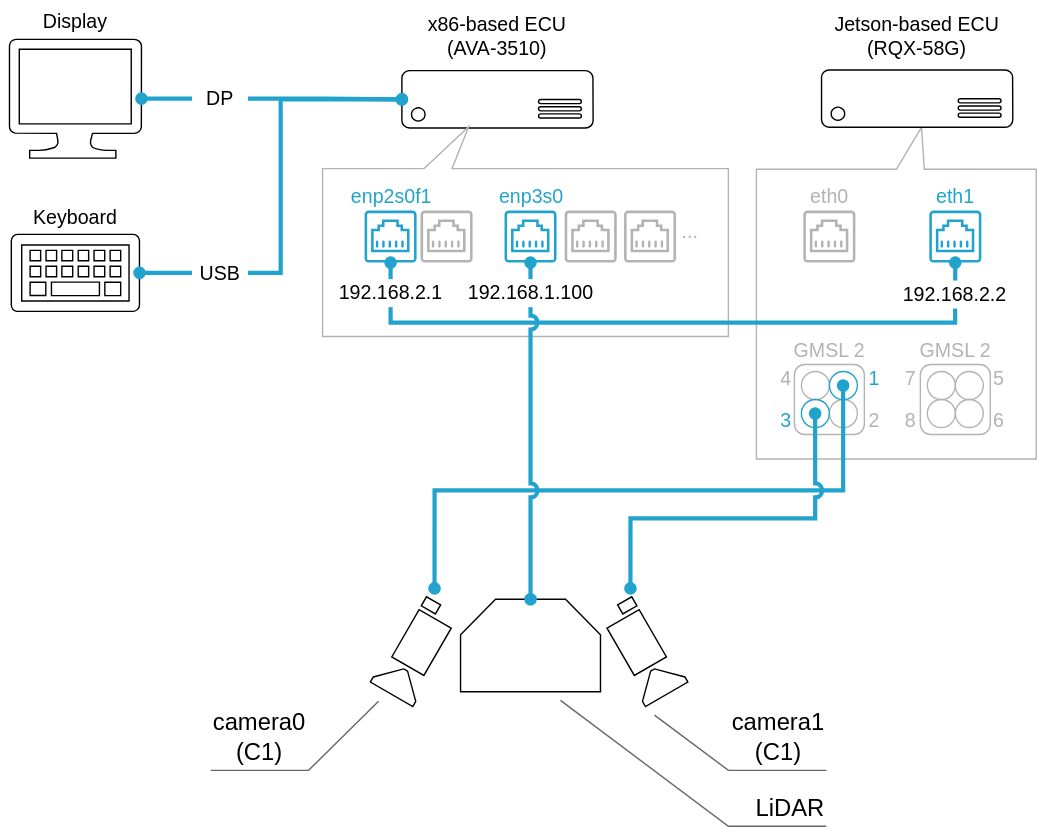
Above: docs/tutorials/connection.drawio.svg in tier4/edge-auto (draw.io), before the change. Source tidied: cells renumbered, new cells last; positions are measured from the earlier drawing's top-left corner, leaving out a move shared by most shapes.
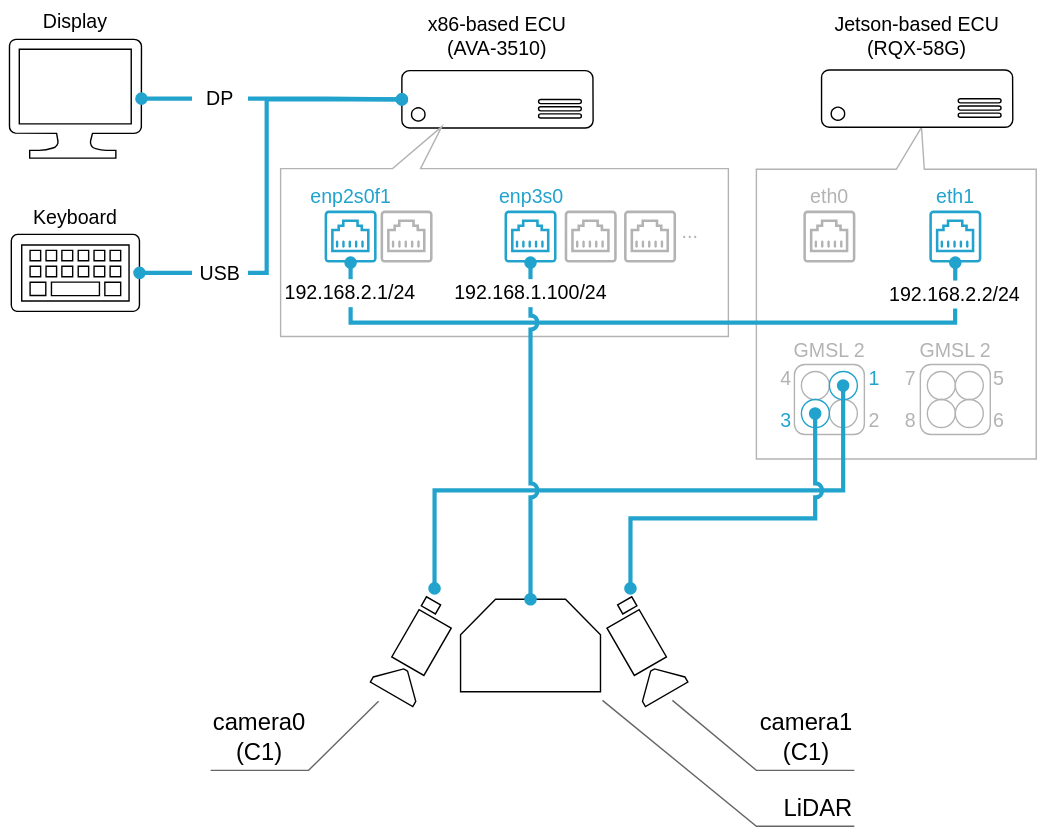
After the change.

Diff of the diagram source:
```diff
@@ -114,11 +114,6 @@
     <mxCell id="36" style="edgeStyle=orthogonalEdgeStyle;html=1;entryX=1;entryY=0.5;entryDx=0;entryDy=0;entryPerimeter=0;fontSize=14;endArrow=oval;rounded=0;strokeColor=#22A3CD;fontColor=#22A3CD;startArrow=none;startFill=1;endFill=1;shadow=0;strokeWidth=3;" parent="1" edge="1" source="40" target="27">
       <mxGeometry relative="1" as="geometry" />
     </mxCell>
-    <mxCell id="37" style="edgeStyle=orthogonalEdgeStyle;html=1;entryX=0.92;entryY=0.5;entryDx=0;entryDy=0;entryPerimeter=0;fontSize=14;endArrow=oval;rounded=0;strokeColor=#22A3CD;fontColor=#22A3CD;startArrow=none;startFill=1;endFill=1;shadow=0;strokeWidth=3;" parent="1" edge="1" source="x">
-      <mxGeometry relative="1" as="geometry">
-        <mxPoint x="95.7" y="285" as="targetPoint" />
-      </mxGeometry>
-    </mxCell>
     <mxCell id="38" style="edgeStyle=orthogonalEdgeStyle;rounded=0;jettySize=auto;html=1;exitX=1;exitY=0.5;exitDx=0;exitDy=0;entryX=0;entryY=0.5;entryDx=0;entryDy=0;entryPerimeter=0;strokeWidth=3;strokeColor=#22A3CD;endArrow=oval;endFill=1;" parent="1" edge="1" source="39" target="26">
       <mxGeometry relative="1" as="geometry" />
     </mxCell>
@@ -131,8 +126,8 @@
     <mxCell id="41" style="edgeStyle=orthogonalEdgeStyle;html=1;entryX=1;entryY=0.5;entryDx=0;entryDy=0;entryPerimeter=0;fontSize=14;endArrow=none;rounded=0;strokeColor=#22A3CD;fontColor=#22A3CD;startArrow=oval;startFill=1;endFill=1;shadow=0;strokeWidth=3;exitX=0;exitY=0.5;exitDx=0;exitDy=0;exitPerimeter=0;" parent="1" edge="1" source="26" target="40">
       <mxGeometry relative="1" as="geometry">
         <Array as="points">
-          <mxPoint x="200" y="71" />
-          <mxPoint x="200" y="195" />
+          <mxPoint x="190" y="71" />
+          <mxPoint x="190" y="195" />
         </Array>
       </mxGeometry>
     </mxCell>
@@ -143,7 +138,7 @@
       <mxGeometry x="570" y="10" width="170" height="30" as="geometry" />
     </mxCell>
     <mxCell id="44" style="shape=callout;whiteSpace=wrap;html=1;perimeter=calloutPerimeter;fontFamily=Helvetica;fontSize=20;strokeColor=#B3B3B3;fillColor=none;position2=0.36;flipH=0;flipV=1;size=30;position=0.25;" parent="1" vertex="1">
-      <mxGeometry x="230" y="90" width="290" height="150" as="geometry" />
+      <mxGeometry x="200" y="90" width="320" height="150" as="geometry" />
     </mxCell>
     <mxCell id="45" style="verticalLabelPosition=bottom;outlineConnect=0;align=center;dashed=0;html=1;verticalAlign=top;shape=mxgraph.pid.misc.bin;rotation=-180;" parent="1" vertex="1">
       <mxGeometry x="328.6" y="427.8" width="100" height="66.1" as="geometry" />
@@ -152,10 +147,10 @@
       <mxGeometry x="150" y="500.6" width="120" height="49.5" as="geometry" />
     </mxCell>
     <mxCell id="47" value="&lt;div style=&quot;text-align: center;&quot;&gt;&lt;span style=&quot;background-color: initial;&quot;&gt;&lt;font color=&quot;#000000&quot;&gt;camera1&lt;/font&gt;&lt;/span&gt;&lt;/div&gt;&lt;div style=&quot;text-align: center;&quot;&gt;&lt;span style=&quot;background-color: initial;&quot;&gt;&lt;font color=&quot;#000000&quot;&gt;(C1)&lt;/font&gt;&lt;/span&gt;&lt;/div&gt;" style="strokeWidth=1;shadow=0;dashed=0;align=center;html=1;shape=mxgraph.mockup.text.callout;linkText=;textSize=17;textColor=#666666;callDir=SE;callStyle=line;fontSize=17;fontColor=#666666;align=right;verticalAlign=bottom;strokeColor=#666666;" parent="1" vertex="1">
-      <mxGeometry x="467.2" y="510.5" width="122.8" height="39.5" as="geometry" />
+      <mxGeometry x="480" y="500" width="130" height="50" as="geometry" />
     </mxCell>
     <mxCell id="48" value="&lt;div style=&quot;text-align: center;&quot;&gt;&lt;font color=&quot;#000000&quot;&gt;LiDAR&lt;/font&gt;&lt;/div&gt;" style="strokeWidth=1;shadow=0;dashed=0;align=center;html=1;shape=mxgraph.mockup.text.callout;linkText=;textSize=17;textColor=#666666;callDir=SE;callStyle=line;fontSize=17;fontColor=#666666;align=right;verticalAlign=bottom;strokeColor=#666666;" parent="1" vertex="1">
-      <mxGeometry x="400" y="500" width="190" height="90" as="geometry" />
+      <mxGeometry x="430" y="500" width="180" height="90" as="geometry" />
     </mxCell>
     <mxCell id="49" style="sketch=0;shadow=0;dashed=0;html=1;strokeColor=none;fillColor=#22A3CD;labelPosition=center;verticalLabelPosition=bottom;verticalAlign=top;align=center;outlineConnect=0;shape=mxgraph.vvd.ethernet_port;rotation=-180;" parent="1" vertex="1">
       <mxGeometry x="663.6" y="150" width="37.2" height="37.2" as="geometry" />
@@ -182,16 +177,16 @@
     <mxCell id="54" style="edgeStyle=orthogonalEdgeStyle;rounded=0;jettySize=auto;html=1;strokeColor=#22A3CD;endArrow=oval;endFill=1;startArrow=oval;startFill=1;strokeWidth=3;" parent="1" edge="1" source="55" target="49">
       <mxGeometry relative="1" as="geometry">
         <Array as="points">
-          <mxPoint x="279" y="230" />
+          <mxPoint x="250" y="230" />
           <mxPoint x="682" y="230" />
         </Array>
       </mxGeometry>
     </mxCell>
     <mxCell id="55" style="sketch=0;shadow=0;dashed=0;html=1;strokeColor=none;fillColor=#22A3CD;labelPosition=center;verticalLabelPosition=bottom;verticalAlign=top;align=center;outlineConnect=0;shape=mxgraph.vvd.ethernet_port;rotation=-180;" parent="1" vertex="1">
-      <mxGeometry x="260" y="150" width="37.2" height="37.2" as="geometry" />
+      <mxGeometry x="231.4" y="150" width="37.2" height="37.2" as="geometry" />
     </mxCell>
     <mxCell id="56" style="sketch=0;shadow=0;dashed=0;html=1;strokeColor=none;fillColor=#b3b3b3;labelPosition=center;verticalLabelPosition=bottom;verticalAlign=top;align=center;shape=mxgraph.vvd.ethernet_port;rotation=-180;" parent="1" vertex="1">
-      <mxGeometry x="300" y="150" width="37.2" height="37.2" as="geometry" />
+      <mxGeometry x="271.4" y="150" width="37.2" height="37.2" as="geometry" />
     </mxCell>
     <mxCell id="57" style="edgeStyle=orthogonalEdgeStyle;rounded=0;jettySize=auto;html=1;strokeColor=#22A3CD;strokeWidth=3;endArrow=oval;endFill=1;startArrow=oval;startFill=1;jumpStyle=arc;" parent="1" edge="1" source="58" target="45">
       <mxGeometry relative="1" as="geometry" />
@@ -206,18 +201,18 @@
       <mxGeometry x="445.4" y="150" width="37.2" height="37.2" as="geometry" />
     </mxCell>
     <mxCell id="61" value="&lt;font color=&quot;#22a3cd&quot;&gt;&lt;span style=&quot;font-size: 14px;&quot;&gt;enp2s0f1&lt;/span&gt;&lt;/font&gt;" style="text;html=1;align=center;verticalAlign=middle;strokeColor=none;fillColor=none;fontSize=28;" parent="1" vertex="1">
-      <mxGeometry x="238.6" y="110" width="80" height="50" as="geometry" />
+      <mxGeometry x="210" y="110" width="80" height="50" as="geometry" />
     </mxCell>
     <mxCell id="62" value="&lt;font color=&quot;#22a3cd&quot;&gt;&lt;span style=&quot;font-size: 14px;&quot;&gt;enp3s0&lt;/span&gt;&lt;/font&gt;" style="text;html=1;align=center;verticalAlign=middle;strokeColor=none;fillColor=none;fontSize=28;" parent="1" vertex="1">
       <mxGeometry x="343.6" y="110" width="70" height="50" as="geometry" />
     </mxCell>
-    <mxCell id="63" value="&lt;font style=&quot;font-size: 14px&quot;&gt;&lt;span style=&quot;font-size: 14px&quot;&gt;192.168.2.1&lt;/span&gt;&lt;/font&gt;" style="text;html=1;strokeColor=none;fillColor=default;align=center;verticalAlign=middle;whiteSpace=wrap;rounded=0;fontSize=14;fontStyle=0;" parent="1" vertex="1">
-      <mxGeometry x="238.6" y="199" width="80" height="20" as="geometry" />
+    <mxCell id="63" value="&lt;font style=&quot;font-size: 14px&quot;&gt;&lt;span style=&quot;font-size: 14px&quot;&gt;192.168.2.1/24&lt;/span&gt;&lt;/font&gt;" style="text;html=1;strokeColor=none;fillColor=default;align=center;verticalAlign=middle;whiteSpace=wrap;rounded=0;fontSize=14;fontStyle=0;" parent="1" vertex="1">
+      <mxGeometry x="210" y="199" width="80" height="20" as="geometry" />
     </mxCell>
-    <mxCell id="64" value="&lt;font style=&quot;font-size: 14px&quot;&gt;&lt;span style=&quot;font-size: 14px&quot;&gt;192.168.2.2&lt;/span&gt;&lt;/font&gt;" style="text;html=1;strokeColor=none;fillColor=default;align=center;verticalAlign=middle;whiteSpace=wrap;rounded=0;fontSize=14;fontStyle=0;" parent="1" vertex="1">
+    <mxCell id="64" value="&lt;font style=&quot;font-size: 14px&quot;&gt;&lt;span style=&quot;font-size: 14px&quot;&gt;192.168.2.2/24&lt;/span&gt;&lt;/font&gt;" style="text;html=1;strokeColor=none;fillColor=default;align=center;verticalAlign=middle;whiteSpace=wrap;rounded=0;fontSize=14;fontStyle=0;" parent="1" vertex="1">
       <mxGeometry x="642.2" y="200" width="80" height="20" as="geometry" />
     </mxCell>
-    <mxCell id="65" value="&lt;font style=&quot;font-size: 14px&quot;&gt;&lt;span style=&quot;font-size: 14px&quot;&gt;192.168.1.100&lt;br&gt;&lt;/span&gt;&lt;/font&gt;" style="text;html=1;strokeColor=none;fillColor=default;align=center;verticalAlign=middle;whiteSpace=wrap;rounded=0;fontSize=14;fontStyle=0;" parent="1" vertex="1">
+    <mxCell id="65" value="&lt;font style=&quot;font-size: 14px&quot;&gt;&lt;span style=&quot;font-size: 14px&quot;&gt;192.168.1.100/24&lt;br&gt;&lt;/span&gt;&lt;/font&gt;" style="text;html=1;strokeColor=none;fillColor=default;align=center;verticalAlign=middle;whiteSpace=wrap;rounded=0;fontSize=14;fontStyle=0;" parent="1" vertex="1">
       <mxGeometry x="338.6" y="199" width="80" height="20" as="geometry" />
     </mxCell>
     <mxCell id="66" value="&lt;font style=&quot;font-size: 14px&quot;&gt;&lt;span style=&quot;font-size: 14px&quot;&gt;&lt;font color=&quot;#b3b3b3&quot;&gt;...&lt;/font&gt;&lt;br&gt;&lt;/span&gt;&lt;/font&gt;" style="text;html=1;strokeColor=none;fillColor=none;align=left;verticalAlign=middle;whiteSpace=wrap;rounded=0;fontSize=14;fontStyle=0;" parent="1" vertex="1">
```
